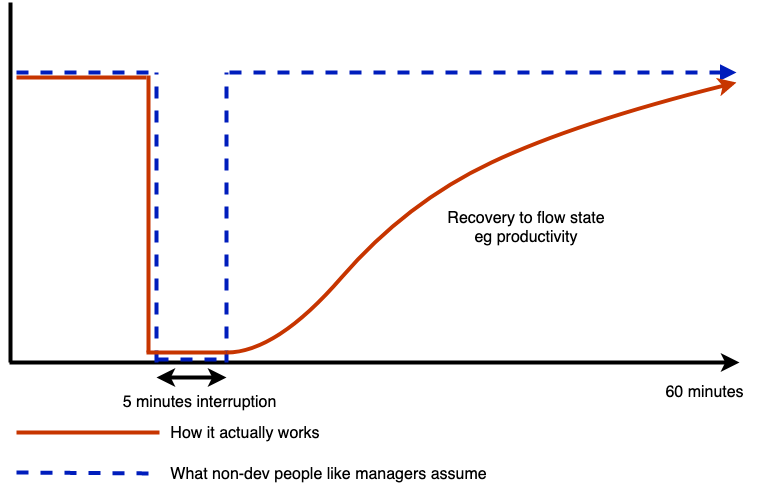
This is assets/img/day2/5-minutes.png from willianjusten/will-jekyll-template, a draw.io export, as it was before one commit. Source tidied: cells renumbered, new cells last; positions are measured from the earlier drawing's top-left corner, leaving out a move shared by most shapes.
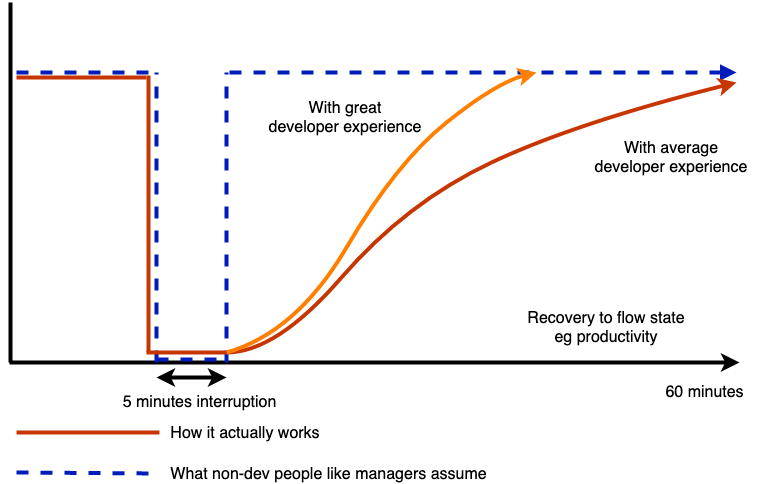
After the commit.

Change to the diagram source:
```diff
@@ -102,7 +102,24 @@
       <mxGeometry x="630" y="379" width="130" height="20" as="geometry" />
     </mxCell>
     <mxCell id="20" value="&lt;font style=&quot;font-size: 16px&quot;&gt;Recovery to flow state eg productivity&lt;br&gt;&lt;/font&gt;" style="text;html=1;strokeColor=none;fillColor=none;align=center;verticalAlign=middle;whiteSpace=wrap;rounded=0;" parent="1" vertex="1">
-      <mxGeometry x="427" y="200" width="180" height="50" as="geometry" />
+      <mxGeometry x="507" y="300" width="180" height="50" as="geometry" />
     </mxCell>
+    <mxCell id="21" style="curved=1;endArrow=classic;html=1;strokeWidth=4;fillColor=#fa6800;strokeColor=#FF8000;" parent="1" edge="1">
+      <mxGeometry relative="1" as="geometry">
+        <mxPoint x="217" y="350" as="sourcePoint" />
+        <mxPoint x="527" y="70" as="targetPoint" />
+        <Array as="points">
+          <mxPoint x="287" y="330" />
+          <mxPoint x="387" y="160" />
+          <mxPoint x="487" y="80" />
+        </Array>
+      </mxGeometry>
+    </mxCell>
+    <mxCell id="22" value="&lt;font style=&quot;font-size: 16px&quot;&gt;With average developer experience&lt;/font&gt;" style="text;html=1;strokeColor=none;fillColor=none;align=center;verticalAlign=middle;whiteSpace=wrap;rounded=0;" parent="1" vertex="1">
+      <mxGeometry x="577" y="130" width="170" height="50" as="geometry" />
+    </mxCell>
+    <mxCell id="23" value="&lt;div&gt;&lt;font style=&quot;font-size: 16px&quot;&gt;With great &lt;br&gt;&lt;/font&gt;&lt;/div&gt;&lt;div&gt;&lt;font style=&quot;font-size: 16px&quot;&gt;developer experience&lt;/font&gt;&lt;/div&gt;" style="text;html=1;strokeColor=none;fillColor=none;align=center;verticalAlign=middle;whiteSpace=wrap;rounded=0;" parent="1" vertex="1">
+      <mxGeometry x="250.5" y="90" width="170" height="50" as="geometry" />
+    </mxCell>
   </root>
 </mxGraphModel>
```
